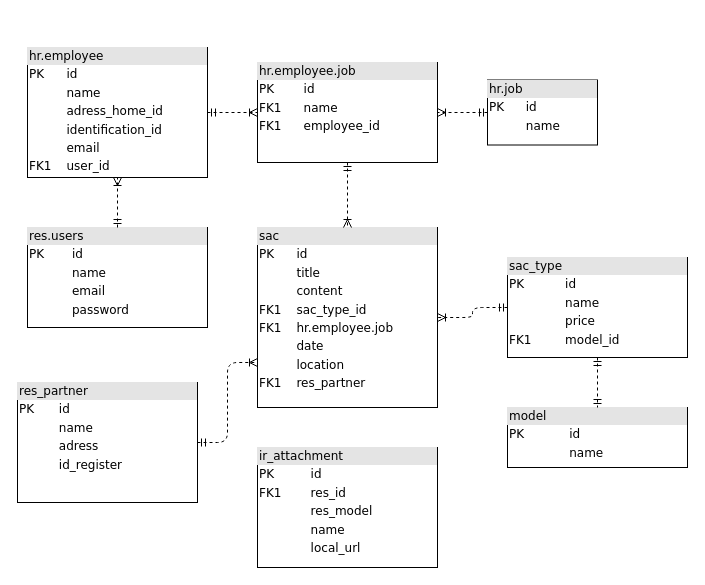
The draw.io diagram Diagrams/odoo_db.drawio in 16050/sac_mobile, before the edit. Source tidied: cells renumbered, new cells numbered last; positions are measured from the earlier drawing's top-left corner, leaving out a move shared by most shapes. Both pictures are drawn from the tidied source at 100%, with x=0, y=0 at pixel (17, 47).
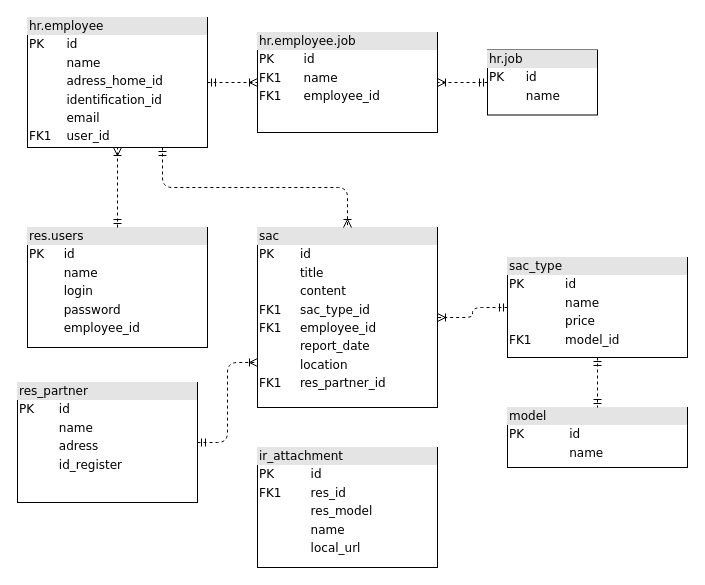
The same page after the edit.

Change to the diagram source:
```diff
@@
 <mxGraphModel background="#ffffff">
   <root>
     <mxCell id="0" />
     <mxCell id="1" parent="0" />
     <mxCell id="2" value="&lt;div style=&quot;box-sizing: border-box ; width: 100% ; background: #e4e4e4 ; padding: 2px&quot;&gt;model&lt;/div&gt;&lt;table style=&quot;width: 100% ; font-size: 1em&quot; cellspacing=&quot;0&quot; cellpadding=&quot;2&quot;&gt;&lt;tbody&gt;&lt;tr&gt;&lt;td&gt;PK&lt;/td&gt;&lt;td&gt;id&lt;/td&gt;&lt;/tr&gt;&lt;tr&gt;&lt;td&gt;&lt;br&gt;&lt;/td&gt;&lt;td&gt;name&lt;/td&gt;&lt;/tr&gt;&lt;tr&gt;&lt;td&gt;&lt;br&gt;&lt;/td&gt;&lt;td&gt;&lt;br&gt;&lt;/td&gt;&lt;/tr&gt;&lt;tr&gt;&lt;td&gt;&lt;br&gt;&lt;/td&gt;&lt;td&gt;&lt;br&gt;&lt;/td&gt;&lt;/tr&gt;&lt;tr&gt;&lt;td&gt;&lt;br&gt;&lt;/td&gt;&lt;td&gt;&lt;br&gt;&lt;/td&gt;&lt;/tr&gt;&lt;tr&gt;&lt;td&gt;&lt;br&gt;&lt;/td&gt;&lt;td&gt;&lt;br&gt;&lt;/td&gt;&lt;/tr&gt;&lt;/tbody&gt;&lt;/table&gt;" style="verticalAlign=top;align=left;overflow=fill;html=1;rounded=0;shadow=0;comic=0;labelBackgroundColor=none;strokeWidth=1;fontFamily=Verdana;fontSize=12;" parent="1" vertex="1">
       <mxGeometry x="490" y="360" width="180" height="60" as="geometry" />
     </mxCell>
     <mxCell id="3" value="&lt;div style=&quot;box-sizing: border-box ; width: 100% ; background: #e4e4e4 ; padding: 2px&quot;&gt;res_partner&lt;/div&gt;&lt;table style=&quot;width: 100% ; font-size: 1em&quot; cellspacing=&quot;0&quot; cellpadding=&quot;2&quot;&gt;&lt;tbody&gt;&lt;tr&gt;&lt;td&gt;PK&lt;/td&gt;&lt;td&gt;id&lt;/td&gt;&lt;/tr&gt;&lt;tr&gt;&lt;td&gt;&lt;br&gt;&lt;/td&gt;&lt;td&gt;name&lt;/td&gt;&lt;/tr&gt;&lt;tr&gt;&lt;td&gt;&lt;br&gt;&lt;/td&gt;&lt;td&gt;adress&lt;/td&gt;&lt;/tr&gt;&lt;tr&gt;&lt;td&gt;&lt;br&gt;&lt;/td&gt;&lt;td&gt;id_register&lt;br&gt;&lt;/td&gt;&lt;/tr&gt;&lt;tr&gt;&lt;td&gt;&lt;br&gt;&lt;/td&gt;&lt;td&gt;&lt;br&gt;&lt;/td&gt;&lt;/tr&gt;&lt;tr&gt;&lt;td&gt;&lt;br&gt;&lt;/td&gt;&lt;td&gt;&lt;br&gt;&lt;/td&gt;&lt;/tr&gt;&lt;tr&gt;&lt;td&gt;&lt;br&gt;&lt;/td&gt;&lt;td&gt;&lt;br&gt;&lt;/td&gt;&lt;/tr&gt;&lt;tr&gt;&lt;td&gt;&lt;br&gt;&lt;/td&gt;&lt;td&gt;&lt;br&gt;&lt;/td&gt;&lt;/tr&gt;&lt;tr&gt;&lt;td&gt;&lt;br&gt;&lt;/td&gt;&lt;td&gt;&lt;br&gt;&lt;/td&gt;&lt;/tr&gt;&lt;tr&gt;&lt;td&gt;&lt;br&gt;&lt;/td&gt;&lt;td&gt;&lt;br&gt;&lt;/td&gt;&lt;/tr&gt;&lt;tr&gt;&lt;td&gt;&lt;br&gt;&lt;/td&gt;&lt;td&gt;&lt;br&gt;&lt;/td&gt;&lt;/tr&gt;&lt;tr&gt;&lt;td&gt;&lt;br&gt;&lt;/td&gt;&lt;td&gt;&lt;br&gt;&lt;/td&gt;&lt;/tr&gt;&lt;tr&gt;&lt;td&gt;&lt;br&gt;&lt;/td&gt;&lt;td&gt;&lt;br&gt;&lt;/td&gt;&lt;/tr&gt;&lt;tr&gt;&lt;td&gt;&lt;br&gt;&lt;/td&gt;&lt;td&gt;&lt;br&gt;&lt;/td&gt;&lt;/tr&gt;&lt;tr&gt;&lt;td&gt;&lt;br&gt;&lt;/td&gt;&lt;td&gt;&lt;br&gt;&lt;/td&gt;&lt;/tr&gt;&lt;tr&gt;&lt;td&gt;&lt;br&gt;&lt;/td&gt;&lt;td&gt;&lt;br&gt;&lt;/td&gt;&lt;/tr&gt;&lt;tr&gt;&lt;td&gt;&lt;br&gt;&lt;/td&gt;&lt;td&gt;&lt;br&gt;&lt;/td&gt;&lt;/tr&gt;&lt;/tbody&gt;&lt;/table&gt;" style="verticalAlign=top;align=left;overflow=fill;html=1;rounded=0;shadow=0;comic=0;labelBackgroundColor=none;strokeWidth=1;fontFamily=Verdana;fontSize=12;" parent="1" vertex="1">
       <mxGeometry y="335" width="180" height="120" as="geometry" />
     </mxCell>
     <mxCell id="4" value="&lt;div style=&quot;box-sizing: border-box ; width: 100% ; background: #e4e4e4 ; padding: 2px&quot;&gt;ir_attachment&lt;br&gt;&lt;/div&gt;&lt;table style=&quot;width: 100% ; font-size: 1em&quot; cellspacing=&quot;0&quot; cellpadding=&quot;2&quot;&gt;&lt;tbody&gt;&lt;tr&gt;&lt;td&gt;PK&lt;/td&gt;&lt;td&gt;id&lt;/td&gt;&lt;/tr&gt;&lt;tr&gt;&lt;td&gt;FK1&lt;/td&gt;&lt;td&gt;res_id&lt;/td&gt;&lt;/tr&gt;&lt;tr&gt;&lt;td&gt;&lt;br&gt;&lt;/td&gt;&lt;td&gt;res_model&lt;br&gt;&lt;/td&gt;&lt;/tr&gt;&lt;tr&gt;&lt;td&gt;&lt;br&gt;&lt;/td&gt;&lt;td&gt;name&lt;br&gt;&lt;/td&gt;&lt;/tr&gt;&lt;tr&gt;&lt;td&gt;&lt;br&gt;&lt;/td&gt;&lt;td&gt;local_url&lt;br&gt;&lt;/td&gt;&lt;/tr&gt;&lt;tr&gt;&lt;td&gt;&lt;br&gt;&lt;/td&gt;&lt;td&gt;&lt;br&gt;&lt;/td&gt;&lt;/tr&gt;&lt;/tbody&gt;&lt;/table&gt;" style="verticalAlign=top;align=left;overflow=fill;html=1;rounded=0;shadow=0;comic=0;labelBackgroundColor=none;strokeWidth=1;fontFamily=Verdana;fontSize=12;" parent="1" vertex="1">
       <mxGeometry x="240" y="400" width="180" height="120" as="geometry" />
     </mxCell>
-    <mxCell id="5" value="&lt;div style=&quot;box-sizing: border-box ; width: 100% ; background: #e4e4e4 ; padding: 2px&quot;&gt;sac&lt;/div&gt;&lt;table style=&quot;width: 100% ; font-size: 1em&quot; cellspacing=&quot;0&quot; cellpadding=&quot;2&quot;&gt;&lt;tbody&gt;&lt;tr&gt;&lt;td&gt;PK&lt;/td&gt;&lt;td&gt;id&lt;/td&gt;&lt;/tr&gt;&lt;tr&gt;&lt;td&gt;&lt;br&gt;&lt;/td&gt;&lt;td&gt;title&lt;/td&gt;&lt;/tr&gt;&lt;tr&gt;&lt;td&gt;&lt;br&gt;&lt;/td&gt;&lt;td&gt;content&lt;br&gt;&lt;/td&gt;&lt;/tr&gt;&lt;tr&gt;&lt;td&gt;FK1&lt;br&gt;&lt;/td&gt;&lt;td&gt;sac_type_id&lt;br&gt;&lt;/td&gt;&lt;/tr&gt;&lt;tr&gt;&lt;td&gt;FK1&lt;/td&gt;&lt;td&gt;hr.employee.job&lt;br&gt;&lt;/td&gt;&lt;/tr&gt;&lt;tr&gt;&lt;td&gt;&lt;br&gt;&lt;/td&gt;&lt;td&gt;date&lt;br&gt;&lt;/td&gt;&lt;/tr&gt;&lt;tr&gt;&lt;td&gt;&lt;br&gt;&lt;/td&gt;&lt;td&gt;location&lt;br&gt;&lt;/td&gt;&lt;/tr&gt;&lt;tr&gt;&lt;td&gt;FK1&lt;br&gt;&lt;/td&gt;&lt;td&gt;res_partner&lt;br&gt;&lt;/td&gt;&lt;/tr&gt;&lt;tr&gt;&lt;td&gt;&lt;br&gt;&lt;/td&gt;&lt;td&gt;&lt;br&gt;&lt;/td&gt;&lt;/tr&gt;&lt;tr&gt;&lt;td&gt;&lt;br&gt;&lt;/td&gt;&lt;td&gt;&lt;br&gt;&lt;/td&gt;&lt;/tr&gt;&lt;tr&gt;&lt;td&gt;&lt;br&gt;&lt;/td&gt;&lt;td&gt;&lt;br&gt;&lt;/td&gt;&lt;/tr&gt;&lt;tr&gt;&lt;td&gt;&lt;br&gt;&lt;/td&gt;&lt;td&gt;&lt;br&gt;&lt;/td&gt;&lt;/tr&gt;&lt;tr&gt;&lt;td&gt;&lt;br&gt;&lt;/td&gt;&lt;td&gt;&lt;br&gt;&lt;/td&gt;&lt;/tr&gt;&lt;tr&gt;&lt;td&gt;&lt;br&gt;&lt;/td&gt;&lt;td&gt;&lt;br&gt;&lt;/td&gt;&lt;/tr&gt;&lt;tr&gt;&lt;td&gt;&lt;br&gt;&lt;/td&gt;&lt;td&gt;&lt;br&gt;&lt;/td&gt;&lt;/tr&gt;&lt;tr&gt;&lt;td&gt;&lt;br&gt;&lt;/td&gt;&lt;td&gt;&lt;br&gt;&lt;/td&gt;&lt;/tr&gt;&lt;tr&gt;&lt;td&gt;&lt;br&gt;&lt;/td&gt;&lt;td&gt;&lt;br&gt;&lt;/td&gt;&lt;/tr&gt;&lt;/tbody&gt;&lt;/table&gt;" style="verticalAlign=top;align=left;overflow=fill;html=1;rounded=0;shadow=0;comic=0;labelBackgroundColor=none;strokeWidth=1;fontFamily=Verdana;fontSize=12;" parent="1" vertex="1">
+    <mxCell id="5" value="&lt;div style=&quot;box-sizing: border-box ; width: 100% ; background: #e4e4e4 ; padding: 2px&quot;&gt;sac&lt;/div&gt;&lt;table style=&quot;width: 100% ; font-size: 1em&quot; cellspacing=&quot;0&quot; cellpadding=&quot;2&quot;&gt;&lt;tbody&gt;&lt;tr&gt;&lt;td&gt;PK&lt;/td&gt;&lt;td&gt;id&lt;/td&gt;&lt;/tr&gt;&lt;tr&gt;&lt;td&gt;&lt;br&gt;&lt;/td&gt;&lt;td&gt;title&lt;/td&gt;&lt;/tr&gt;&lt;tr&gt;&lt;td&gt;&lt;br&gt;&lt;/td&gt;&lt;td&gt;content&lt;br&gt;&lt;/td&gt;&lt;/tr&gt;&lt;tr&gt;&lt;td&gt;FK1&lt;br&gt;&lt;/td&gt;&lt;td&gt;sac_type_id&lt;br&gt;&lt;/td&gt;&lt;/tr&gt;&lt;tr&gt;&lt;td&gt;FK1&lt;/td&gt;&lt;td&gt;employee_id&lt;br&gt;&lt;/td&gt;&lt;/tr&gt;&lt;tr&gt;&lt;td&gt;&lt;br&gt;&lt;/td&gt;&lt;td&gt;report_date&lt;br&gt;&lt;/td&gt;&lt;/tr&gt;&lt;tr&gt;&lt;td&gt;&lt;br&gt;&lt;/td&gt;&lt;td&gt;location&lt;br&gt;&lt;/td&gt;&lt;/tr&gt;&lt;tr&gt;&lt;td&gt;FK1&lt;br&gt;&lt;/td&gt;&lt;td&gt;res_partner_id&lt;br&gt;&lt;/td&gt;&lt;/tr&gt;&lt;tr&gt;&lt;td&gt;&lt;br&gt;&lt;/td&gt;&lt;td&gt;&lt;br&gt;&lt;/td&gt;&lt;/tr&gt;&lt;tr&gt;&lt;td&gt;&lt;br&gt;&lt;/td&gt;&lt;td&gt;&lt;br&gt;&lt;/td&gt;&lt;/tr&gt;&lt;tr&gt;&lt;td&gt;&lt;br&gt;&lt;/td&gt;&lt;td&gt;&lt;br&gt;&lt;/td&gt;&lt;/tr&gt;&lt;tr&gt;&lt;td&gt;&lt;br&gt;&lt;/td&gt;&lt;td&gt;&lt;br&gt;&lt;/td&gt;&lt;/tr&gt;&lt;tr&gt;&lt;td&gt;&lt;br&gt;&lt;/td&gt;&lt;td&gt;&lt;br&gt;&lt;/td&gt;&lt;/tr&gt;&lt;tr&gt;&lt;td&gt;&lt;br&gt;&lt;/td&gt;&lt;td&gt;&lt;br&gt;&lt;/td&gt;&lt;/tr&gt;&lt;tr&gt;&lt;td&gt;&lt;br&gt;&lt;/td&gt;&lt;td&gt;&lt;br&gt;&lt;/td&gt;&lt;/tr&gt;&lt;tr&gt;&lt;td&gt;&lt;br&gt;&lt;/td&gt;&lt;td&gt;&lt;br&gt;&lt;/td&gt;&lt;/tr&gt;&lt;tr&gt;&lt;td&gt;&lt;br&gt;&lt;/td&gt;&lt;td&gt;&lt;br&gt;&lt;/td&gt;&lt;/tr&gt;&lt;/tbody&gt;&lt;/table&gt;" style="verticalAlign=top;align=left;overflow=fill;html=1;rounded=0;shadow=0;comic=0;labelBackgroundColor=none;strokeWidth=1;fontFamily=Verdana;fontSize=12;" parent="1" vertex="1">
       <mxGeometry x="240" y="180" width="180" height="180" as="geometry" />
     </mxCell>
     <mxCell id="6" value="&lt;div style=&quot;box-sizing: border-box ; width: 100% ; background: #e4e4e4 ; padding: 2px&quot;&gt;sac_type&lt;/div&gt;&lt;table style=&quot;width: 100% ; font-size: 1em&quot; cellspacing=&quot;0&quot; cellpadding=&quot;2&quot;&gt;&lt;tbody&gt;&lt;tr&gt;&lt;td&gt;PK&lt;/td&gt;&lt;td&gt;id&lt;/td&gt;&lt;/tr&gt;&lt;tr&gt;&lt;td&gt;&lt;br&gt;&lt;/td&gt;&lt;td&gt;name&lt;/td&gt;&lt;/tr&gt;&lt;tr&gt;&lt;td&gt;&lt;br&gt;&lt;/td&gt;&lt;td&gt;price&lt;/td&gt;&lt;/tr&gt;&lt;tr&gt;&lt;td&gt;FK1&lt;br&gt;&lt;/td&gt;&lt;td&gt;model_id&lt;br&gt;&lt;/td&gt;&lt;/tr&gt;&lt;tr&gt;&lt;td&gt;&lt;br&gt;&lt;/td&gt;&lt;td&gt;&lt;br&gt;&lt;/td&gt;&lt;/tr&gt;&lt;tr&gt;&lt;td&gt;&lt;br&gt;&lt;/td&gt;&lt;td&gt;&lt;br&gt;&lt;/td&gt;&lt;/tr&gt;&lt;tr&gt;&lt;td&gt;&lt;br&gt;&lt;/td&gt;&lt;td&gt;&lt;br&gt;&lt;/td&gt;&lt;/tr&gt;&lt;tr&gt;&lt;td&gt;&lt;br&gt;&lt;/td&gt;&lt;td&gt;&lt;br&gt;&lt;/td&gt;&lt;/tr&gt;&lt;tr&gt;&lt;td&gt;&lt;br&gt;&lt;/td&gt;&lt;td&gt;&lt;br&gt;&lt;/td&gt;&lt;/tr&gt;&lt;tr&gt;&lt;td&gt;&lt;br&gt;&lt;/td&gt;&lt;td&gt;&lt;br&gt;&lt;/td&gt;&lt;/tr&gt;&lt;tr&gt;&lt;td&gt;&lt;br&gt;&lt;/td&gt;&lt;td&gt;&lt;br&gt;&lt;/td&gt;&lt;/tr&gt;&lt;tr&gt;&lt;td&gt;&lt;br&gt;&lt;/td&gt;&lt;td&gt;&lt;br&gt;&lt;/td&gt;&lt;/tr&gt;&lt;tr&gt;&lt;td&gt;&lt;br&gt;&lt;/td&gt;&lt;td&gt;&lt;br&gt;&lt;/td&gt;&lt;/tr&gt;&lt;tr&gt;&lt;td&gt;&lt;br&gt;&lt;/td&gt;&lt;td&gt;&lt;br&gt;&lt;/td&gt;&lt;/tr&gt;&lt;tr&gt;&lt;td&gt;&lt;br&gt;&lt;/td&gt;&lt;td&gt;&lt;br&gt;&lt;/td&gt;&lt;/tr&gt;&lt;tr&gt;&lt;td&gt;&lt;br&gt;&lt;/td&gt;&lt;td&gt;&lt;br&gt;&lt;/td&gt;&lt;/tr&gt;&lt;tr&gt;&lt;td&gt;&lt;br&gt;&lt;/td&gt;&lt;td&gt;&lt;br&gt;&lt;/td&gt;&lt;/tr&gt;&lt;/tbody&gt;&lt;/table&gt;" style="verticalAlign=top;align=left;overflow=fill;html=1;rounded=0;shadow=0;comic=0;labelBackgroundColor=none;strokeWidth=1;fontFamily=Verdana;fontSize=12;" parent="1" vertex="1">
       <mxGeometry x="490" y="210" width="180" height="100" as="geometry" />
     </mxCell>
     <mxCell id="7" value="&lt;div style=&quot;box-sizing: border-box ; width: 100% ; background: #e4e4e4 ; padding: 2px&quot;&gt;hr.employee&lt;/div&gt;&lt;table style=&quot;width: 100% ; font-size: 1em&quot; cellspacing=&quot;0&quot; cellpadding=&quot;2&quot;&gt;&lt;tbody&gt;&lt;tr&gt;&lt;td&gt;PK&lt;/td&gt;&lt;td&gt;id&lt;/td&gt;&lt;/tr&gt;&lt;tr&gt;&lt;td&gt;&lt;br&gt;&lt;/td&gt;&lt;td&gt;name&lt;/td&gt;&lt;/tr&gt;&lt;tr&gt;&lt;td&gt;&lt;br&gt;&lt;/td&gt;&lt;td&gt;adress_home_id&lt;/td&gt;&lt;/tr&gt;&lt;tr&gt;&lt;td&gt;&lt;br&gt;&lt;/td&gt;&lt;td&gt;identification_id&lt;br&gt;&lt;/td&gt;&lt;/tr&gt;&lt;tr&gt;&lt;td&gt;&lt;br&gt;&lt;/td&gt;&lt;td&gt;email&lt;br&gt;&lt;/td&gt;&lt;/tr&gt;&lt;tr&gt;&lt;td&gt;FK1&lt;br&gt;&lt;/td&gt;&lt;td&gt;user_id&lt;br&gt;&lt;/td&gt;&lt;/tr&gt;&lt;tr&gt;&lt;td&gt;&lt;br&gt;&lt;/td&gt;&lt;td&gt;&lt;br&gt;&lt;/td&gt;&lt;/tr&gt;&lt;tr&gt;&lt;td&gt;&lt;br&gt;&lt;/td&gt;&lt;td&gt;&lt;br&gt;&lt;/td&gt;&lt;/tr&gt;&lt;tr&gt;&lt;td&gt;&lt;br&gt;&lt;/td&gt;&lt;td&gt;&lt;br&gt;&lt;/td&gt;&lt;/tr&gt;&lt;tr&gt;&lt;td&gt;&lt;br&gt;&lt;/td&gt;&lt;td&gt;&lt;br&gt;&lt;/td&gt;&lt;/tr&gt;&lt;tr&gt;&lt;td&gt;&lt;br&gt;&lt;/td&gt;&lt;td&gt;&lt;br&gt;&lt;/td&gt;&lt;/tr&gt;&lt;tr&gt;&lt;td&gt;&lt;br&gt;&lt;/td&gt;&lt;td&gt;&lt;br&gt;&lt;/td&gt;&lt;/tr&gt;&lt;tr&gt;&lt;td&gt;&lt;br&gt;&lt;/td&gt;&lt;td&gt;&lt;br&gt;&lt;/td&gt;&lt;/tr&gt;&lt;tr&gt;&lt;td&gt;&lt;br&gt;&lt;/td&gt;&lt;td&gt;&lt;br&gt;&lt;/td&gt;&lt;/tr&gt;&lt;tr&gt;&lt;td&gt;&lt;br&gt;&lt;/td&gt;&lt;td&gt;&lt;br&gt;&lt;/td&gt;&lt;/tr&gt;&lt;tr&gt;&lt;td&gt;&lt;br&gt;&lt;/td&gt;&lt;td&gt;&lt;br&gt;&lt;/td&gt;&lt;/tr&gt;&lt;tr&gt;&lt;td&gt;&lt;br&gt;&lt;/td&gt;&lt;td&gt;&lt;br&gt;&lt;/td&gt;&lt;/tr&gt;&lt;/tbody&gt;&lt;/table&gt;" style="verticalAlign=top;align=left;overflow=fill;html=1;rounded=0;shadow=0;comic=0;labelBackgroundColor=none;strokeWidth=1;fontFamily=Verdana;fontSize=12;" parent="1" vertex="1">
-      <mxGeometry x="10" width="180" height="130" as="geometry" />
+      <mxGeometry x="10" y="-30" width="180" height="130" as="geometry" />
     </mxCell>
     <mxCell id="8" style="edgeStyle=orthogonalEdgeStyle;html=1;dashed=1;labelBackgroundColor=none;startArrow=ERmandOne;endArrow=ERoneToMany;fontFamily=Verdana;fontSize=12;align=left;entryX=1;entryY=0.5;entryDx=0;entryDy=0;" parent="1" edge="1" source="6" target="5">
       <mxGeometry relative="1" as="geometry" />
     </mxCell>
     <mxCell id="9" style="edgeStyle=orthogonalEdgeStyle;html=1;dashed=1;labelBackgroundColor=none;startArrow=ERmandOne;endArrow=ERoneToMany;fontFamily=Verdana;fontSize=12;align=left;exitX=1;exitY=0.5;exitDx=0;exitDy=0;entryX=0;entryY=0.75;entryDx=0;entryDy=0;" parent="1" edge="1" source="3" target="5">
       <mxGeometry relative="1" as="geometry" />
     </mxCell>
-    <mxCell id="10" style="edgeStyle=orthogonalEdgeStyle;html=1;dashed=1;labelBackgroundColor=none;startArrow=ERmandOne;endArrow=ERoneToMany;fontFamily=Verdana;fontSize=12;align=left;entryX=0.5;entryY=0;entryDx=0;entryDy=0;exitX=0.5;exitY=1;exitDx=0;exitDy=0;" parent="1" edge="1" source="11" target="5">
+    <mxCell id="10" style="edgeStyle=orthogonalEdgeStyle;html=1;dashed=1;labelBackgroundColor=none;startArrow=ERmandOne;endArrow=ERoneToMany;fontFamily=Verdana;fontSize=12;align=left;entryX=0.5;entryY=0;entryDx=0;entryDy=0;exitX=0.75;exitY=1;exitDx=0;exitDy=0;" parent="1" edge="1" source="7" target="5">
       <mxGeometry relative="1" as="geometry" />
     </mxCell>
     <mxCell id="11" value="&lt;div style=&quot;box-sizing: border-box ; width: 100% ; background: #e4e4e4 ; padding: 2px&quot;&gt;hr.employee.job&lt;/div&gt;&lt;table style=&quot;width: 100% ; font-size: 1em&quot; cellspacing=&quot;0&quot; cellpadding=&quot;2&quot;&gt;&lt;tbody&gt;&lt;tr&gt;&lt;td&gt;PK&lt;/td&gt;&lt;td&gt;id&lt;/td&gt;&lt;/tr&gt;&lt;tr&gt;&lt;td&gt;FK1&lt;br&gt;&lt;/td&gt;&lt;td&gt;name&lt;/td&gt;&lt;/tr&gt;&lt;tr&gt;&lt;td&gt;FK1&lt;/td&gt;&lt;td&gt;employee_id&lt;/td&gt;&lt;/tr&gt;&lt;tr&gt;&lt;td&gt;&lt;br&gt;&lt;/td&gt;&lt;td&gt;&lt;br&gt;&lt;/td&gt;&lt;/tr&gt;&lt;tr&gt;&lt;td&gt;&lt;br&gt;&lt;/td&gt;&lt;td&gt;&lt;br&gt;&lt;/td&gt;&lt;/tr&gt;&lt;tr&gt;&lt;td&gt;&lt;br&gt;&lt;/td&gt;&lt;td&gt;&lt;br&gt;&lt;/td&gt;&lt;/tr&gt;&lt;tr&gt;&lt;td&gt;&lt;br&gt;&lt;/td&gt;&lt;td&gt;&lt;br&gt;&lt;/td&gt;&lt;/tr&gt;&lt;tr&gt;&lt;td&gt;&lt;br&gt;&lt;/td&gt;&lt;td&gt;&lt;br&gt;&lt;/td&gt;&lt;/tr&gt;&lt;tr&gt;&lt;td&gt;&lt;br&gt;&lt;/td&gt;&lt;td&gt;&lt;br&gt;&lt;/td&gt;&lt;/tr&gt;&lt;tr&gt;&lt;td&gt;&lt;br&gt;&lt;/td&gt;&lt;td&gt;&lt;br&gt;&lt;/td&gt;&lt;/tr&gt;&lt;tr&gt;&lt;td&gt;&lt;br&gt;&lt;/td&gt;&lt;td&gt;&lt;br&gt;&lt;/td&gt;&lt;/tr&gt;&lt;tr&gt;&lt;td&gt;&lt;br&gt;&lt;/td&gt;&lt;td&gt;&lt;br&gt;&lt;/td&gt;&lt;/tr&gt;&lt;tr&gt;&lt;td&gt;&lt;br&gt;&lt;/td&gt;&lt;td&gt;&lt;br&gt;&lt;/td&gt;&lt;/tr&gt;&lt;tr&gt;&lt;td&gt;&lt;br&gt;&lt;/td&gt;&lt;td&gt;&lt;br&gt;&lt;/td&gt;&lt;/tr&gt;&lt;tr&gt;&lt;td&gt;&lt;br&gt;&lt;/td&gt;&lt;td&gt;&lt;br&gt;&lt;/td&gt;&lt;/tr&gt;&lt;tr&gt;&lt;td&gt;&lt;br&gt;&lt;/td&gt;&lt;td&gt;&lt;br&gt;&lt;/td&gt;&lt;/tr&gt;&lt;tr&gt;&lt;td&gt;&lt;br&gt;&lt;/td&gt;&lt;td&gt;&lt;br&gt;&lt;/td&gt;&lt;/tr&gt;&lt;/tbody&gt;&lt;/table&gt;" style="verticalAlign=top;align=left;overflow=fill;html=1;rounded=0;shadow=0;comic=0;labelBackgroundColor=none;strokeWidth=1;fontFamily=Verdana;fontSize=12;" parent="1" vertex="1">
-      <mxGeometry x="240" y="15" width="180" height="100" as="geometry" />
+      <mxGeometry x="240" y="-15" width="180" height="100" as="geometry" />
     </mxCell>
     <mxCell id="12" value="&lt;div style=&quot;box-sizing: border-box ; width: 100% ; background: #e4e4e4 ; padding: 2px&quot;&gt;hr.job&lt;/div&gt;&lt;table style=&quot;width: 100% ; font-size: 1em&quot; cellspacing=&quot;0&quot; cellpadding=&quot;2&quot;&gt;&lt;tbody&gt;&lt;tr&gt;&lt;td&gt;PK&lt;/td&gt;&lt;td&gt;id&lt;/td&gt;&lt;/tr&gt;&lt;tr&gt;&lt;td&gt;&lt;br&gt;&lt;/td&gt;&lt;td&gt;name&lt;/td&gt;&lt;/tr&gt;&lt;tr&gt;&lt;td&gt;&lt;br&gt;&lt;/td&gt;&lt;td&gt;&lt;br&gt;&lt;/td&gt;&lt;/tr&gt;&lt;tr&gt;&lt;td&gt;&lt;br&gt;&lt;/td&gt;&lt;td&gt;&lt;br&gt;&lt;/td&gt;&lt;/tr&gt;&lt;tr&gt;&lt;td&gt;&lt;br&gt;&lt;/td&gt;&lt;td&gt;&lt;br&gt;&lt;/td&gt;&lt;/tr&gt;&lt;tr&gt;&lt;td&gt;&lt;br&gt;&lt;/td&gt;&lt;td&gt;&lt;br&gt;&lt;/td&gt;&lt;/tr&gt;&lt;tr&gt;&lt;td&gt;&lt;br&gt;&lt;/td&gt;&lt;td&gt;&lt;br&gt;&lt;/td&gt;&lt;/tr&gt;&lt;tr&gt;&lt;td&gt;&lt;br&gt;&lt;/td&gt;&lt;td&gt;&lt;br&gt;&lt;/td&gt;&lt;/tr&gt;&lt;tr&gt;&lt;td&gt;&lt;br&gt;&lt;/td&gt;&lt;td&gt;&lt;br&gt;&lt;/td&gt;&lt;/tr&gt;&lt;tr&gt;&lt;td&gt;&lt;br&gt;&lt;/td&gt;&lt;td&gt;&lt;br&gt;&lt;/td&gt;&lt;/tr&gt;&lt;tr&gt;&lt;td&gt;&lt;br&gt;&lt;/td&gt;&lt;td&gt;&lt;br&gt;&lt;/td&gt;&lt;/tr&gt;&lt;tr&gt;&lt;td&gt;&lt;br&gt;&lt;/td&gt;&lt;td&gt;&lt;br&gt;&lt;/td&gt;&lt;/tr&gt;&lt;tr&gt;&lt;td&gt;&lt;br&gt;&lt;/td&gt;&lt;td&gt;&lt;br&gt;&lt;/td&gt;&lt;/tr&gt;&lt;tr&gt;&lt;td&gt;&lt;br&gt;&lt;/td&gt;&lt;td&gt;&lt;br&gt;&lt;/td&gt;&lt;/tr&gt;&lt;tr&gt;&lt;td&gt;&lt;br&gt;&lt;/td&gt;&lt;td&gt;&lt;br&gt;&lt;/td&gt;&lt;/tr&gt;&lt;tr&gt;&lt;td&gt;&lt;br&gt;&lt;/td&gt;&lt;td&gt;&lt;br&gt;&lt;/td&gt;&lt;/tr&gt;&lt;tr&gt;&lt;td&gt;&lt;br&gt;&lt;/td&gt;&lt;td&gt;&lt;br&gt;&lt;/td&gt;&lt;/tr&gt;&lt;/tbody&gt;&lt;/table&gt;" style="verticalAlign=top;align=left;overflow=fill;html=1;rounded=0;shadow=0;comic=0;labelBackgroundColor=none;strokeWidth=1;fontFamily=Verdana;fontSize=12;" parent="1" vertex="1">
-      <mxGeometry x="470" y="32.5" width="110" height="65" as="geometry" />
+      <mxGeometry x="470" y="2.5" width="110" height="65" as="geometry" />
     </mxCell>
     <mxCell id="13" style="edgeStyle=orthogonalEdgeStyle;html=1;dashed=1;labelBackgroundColor=none;startArrow=ERmandOne;endArrow=ERoneToMany;fontFamily=Verdana;fontSize=12;align=left;exitX=1;exitY=0.5;exitDx=0;exitDy=0;entryX=0;entryY=0.5;entryDx=0;entryDy=0;" parent="1" edge="1" source="7" target="11">
       <mxGeometry relative="1" as="geometry" />
     </mxCell>
     <mxCell id="14" style="edgeStyle=orthogonalEdgeStyle;html=1;dashed=1;labelBackgroundColor=none;startArrow=ERmandOne;endArrow=ERoneToMany;fontFamily=Verdana;fontSize=12;align=left;exitX=0;exitY=0.5;exitDx=0;exitDy=0;entryX=1;entryY=0.5;entryDx=0;entryDy=0;" parent="1" edge="1" source="12" target="11">
       <mxGeometry relative="1" as="geometry" />
     </mxCell>
     <mxCell id="15" style="edgeStyle=orthogonalEdgeStyle;html=1;dashed=1;labelBackgroundColor=none;startArrow=ERmandOne;endArrow=ERmandOne;fontFamily=Verdana;fontSize=12;align=left;exitX=0.5;exitY=1;exitDx=0;exitDy=0;entryX=0.5;entryY=0;entryDx=0;entryDy=0;endFill=0;" parent="1" edge="1" source="6" target="2">
       <mxGeometry relative="1" as="geometry" />
     </mxCell>
-    <mxCell id="16" value="&lt;div style=&quot;box-sizing: border-box ; width: 100% ; background: #e4e4e4 ; padding: 2px&quot;&gt;res.users&lt;/div&gt;&lt;table style=&quot;width: 100% ; font-size: 1em&quot; cellspacing=&quot;0&quot; cellpadding=&quot;2&quot;&gt;&lt;tbody&gt;&lt;tr&gt;&lt;td&gt;PK&lt;/td&gt;&lt;td&gt;id&lt;/td&gt;&lt;/tr&gt;&lt;tr&gt;&lt;td&gt;&lt;br&gt;&lt;/td&gt;&lt;td&gt;name&lt;/td&gt;&lt;/tr&gt;&lt;tr&gt;&lt;td&gt;&lt;br&gt;&lt;/td&gt;&lt;td&gt;email&lt;/td&gt;&lt;/tr&gt;&lt;tr&gt;&lt;td&gt;&lt;br&gt;&lt;/td&gt;&lt;td&gt;password&lt;br&gt;&lt;/td&gt;&lt;/tr&gt;&lt;tr&gt;&lt;td&gt;&lt;br&gt;&lt;/td&gt;&lt;td&gt;&lt;br&gt;&lt;/td&gt;&lt;/tr&gt;&lt;tr&gt;&lt;td&gt;&lt;br&gt;&lt;/td&gt;&lt;td&gt;&lt;br&gt;&lt;/td&gt;&lt;/tr&gt;&lt;tr&gt;&lt;td&gt;&lt;br&gt;&lt;/td&gt;&lt;td&gt;&lt;br&gt;&lt;/td&gt;&lt;/tr&gt;&lt;tr&gt;&lt;td&gt;&lt;br&gt;&lt;/td&gt;&lt;td&gt;&lt;br&gt;&lt;/td&gt;&lt;/tr&gt;&lt;tr&gt;&lt;td&gt;&lt;br&gt;&lt;/td&gt;&lt;td&gt;&lt;br&gt;&lt;/td&gt;&lt;/tr&gt;&lt;tr&gt;&lt;td&gt;&lt;br&gt;&lt;/td&gt;&lt;td&gt;&lt;br&gt;&lt;/td&gt;&lt;/tr&gt;&lt;tr&gt;&lt;td&gt;&lt;br&gt;&lt;/td&gt;&lt;td&gt;&lt;br&gt;&lt;/td&gt;&lt;/tr&gt;&lt;tr&gt;&lt;td&gt;&lt;br&gt;&lt;/td&gt;&lt;td&gt;&lt;br&gt;&lt;/td&gt;&lt;/tr&gt;&lt;tr&gt;&lt;td&gt;&lt;br&gt;&lt;/td&gt;&lt;td&gt;&lt;br&gt;&lt;/td&gt;&lt;/tr&gt;&lt;tr&gt;&lt;td&gt;&lt;br&gt;&lt;/td&gt;&lt;td&gt;&lt;br&gt;&lt;/td&gt;&lt;/tr&gt;&lt;tr&gt;&lt;td&gt;&lt;br&gt;&lt;/td&gt;&lt;td&gt;&lt;br&gt;&lt;/td&gt;&lt;/tr&gt;&lt;tr&gt;&lt;td&gt;&lt;br&gt;&lt;/td&gt;&lt;td&gt;&lt;br&gt;&lt;/td&gt;&lt;/tr&gt;&lt;tr&gt;&lt;td&gt;&lt;br&gt;&lt;/td&gt;&lt;td&gt;&lt;br&gt;&lt;/td&gt;&lt;/tr&gt;&lt;/tbody&gt;&lt;/table&gt;" style="verticalAlign=top;align=left;overflow=fill;html=1;rounded=0;shadow=0;comic=0;labelBackgroundColor=none;strokeWidth=1;fontFamily=Verdana;fontSize=12;" parent="1" vertex="1">
-      <mxGeometry x="10" y="180" width="180" height="100" as="geometry" />
+    <mxCell id="16" value="&lt;div style=&quot;box-sizing: border-box ; width: 100% ; background: #e4e4e4 ; padding: 2px&quot;&gt;res.users&lt;/div&gt;&lt;table style=&quot;width: 100% ; font-size: 1em&quot; cellspacing=&quot;0&quot; cellpadding=&quot;2&quot;&gt;&lt;tbody&gt;&lt;tr&gt;&lt;td&gt;PK&lt;/td&gt;&lt;td&gt;id&lt;/td&gt;&lt;/tr&gt;&lt;tr&gt;&lt;td&gt;&lt;br&gt;&lt;/td&gt;&lt;td&gt;name&lt;/td&gt;&lt;/tr&gt;&lt;tr&gt;&lt;td&gt;&lt;br&gt;&lt;/td&gt;&lt;td&gt;login&lt;/td&gt;&lt;/tr&gt;&lt;tr&gt;&lt;td&gt;&lt;br&gt;&lt;/td&gt;&lt;td&gt;password&lt;br&gt;&lt;/td&gt;&lt;/tr&gt;&lt;tr&gt;&lt;td&gt;&lt;br&gt;&lt;/td&gt;&lt;td&gt;employee_id&lt;br&gt;&lt;/td&gt;&lt;/tr&gt;&lt;tr&gt;&lt;td&gt;&lt;br&gt;&lt;/td&gt;&lt;td&gt;&lt;br&gt;&lt;/td&gt;&lt;/tr&gt;&lt;tr&gt;&lt;td&gt;&lt;br&gt;&lt;/td&gt;&lt;td&gt;&lt;br&gt;&lt;/td&gt;&lt;/tr&gt;&lt;tr&gt;&lt;td&gt;&lt;br&gt;&lt;/td&gt;&lt;td&gt;&lt;br&gt;&lt;/td&gt;&lt;/tr&gt;&lt;tr&gt;&lt;td&gt;&lt;br&gt;&lt;/td&gt;&lt;td&gt;&lt;br&gt;&lt;/td&gt;&lt;/tr&gt;&lt;tr&gt;&lt;td&gt;&lt;br&gt;&lt;/td&gt;&lt;td&gt;&lt;br&gt;&lt;/td&gt;&lt;/tr&gt;&lt;tr&gt;&lt;td&gt;&lt;br&gt;&lt;/td&gt;&lt;td&gt;&lt;br&gt;&lt;/td&gt;&lt;/tr&gt;&lt;tr&gt;&lt;td&gt;&lt;br&gt;&lt;/td&gt;&lt;td&gt;&lt;br&gt;&lt;/td&gt;&lt;/tr&gt;&lt;tr&gt;&lt;td&gt;&lt;br&gt;&lt;/td&gt;&lt;td&gt;&lt;br&gt;&lt;/td&gt;&lt;/tr&gt;&lt;tr&gt;&lt;td&gt;&lt;br&gt;&lt;/td&gt;&lt;td&gt;&lt;br&gt;&lt;/td&gt;&lt;/tr&gt;&lt;tr&gt;&lt;td&gt;&lt;br&gt;&lt;/td&gt;&lt;td&gt;&lt;br&gt;&lt;/td&gt;&lt;/tr&gt;&lt;tr&gt;&lt;td&gt;&lt;br&gt;&lt;/td&gt;&lt;td&gt;&lt;br&gt;&lt;/td&gt;&lt;/tr&gt;&lt;tr&gt;&lt;td&gt;&lt;br&gt;&lt;/td&gt;&lt;td&gt;&lt;br&gt;&lt;/td&gt;&lt;/tr&gt;&lt;/tbody&gt;&lt;/table&gt;" style="verticalAlign=top;align=left;overflow=fill;html=1;rounded=0;shadow=0;comic=0;labelBackgroundColor=none;strokeWidth=1;fontFamily=Verdana;fontSize=12;" parent="1" vertex="1">
+      <mxGeometry x="10" y="180" width="180" height="120" as="geometry" />
     </mxCell>
     <mxCell id="17" style="edgeStyle=orthogonalEdgeStyle;html=1;dashed=1;labelBackgroundColor=none;startArrow=ERmandOne;endArrow=ERoneToMany;fontFamily=Verdana;fontSize=12;align=left;exitX=0.5;exitY=0;exitDx=0;exitDy=0;entryX=0.5;entryY=1;entryDx=0;entryDy=0;" parent="1" edge="1" source="16" target="7">
       <mxGeometry relative="1" as="geometry" />
     </mxCell>
   </root>
 </mxGraphModel>
```
